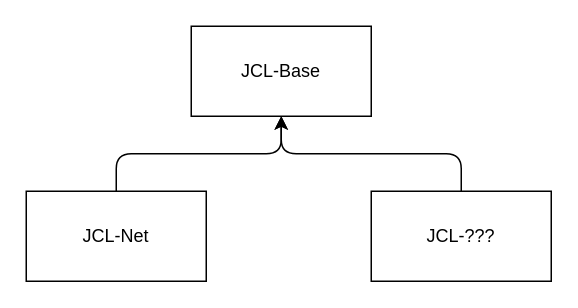
Above: doc/jcl-highLevel.drawio in bitcoin-sv/bsv-components-library (draw.io), before the change. Source tidied: cells renumbered, new cells numbered last; positions are measured from the earlier drawing's top-left corner, leaving out a move shared by most shapes. Both pictures are drawn from the tidied source at 150%, with x=0, y=0 at pixel (26, 26).
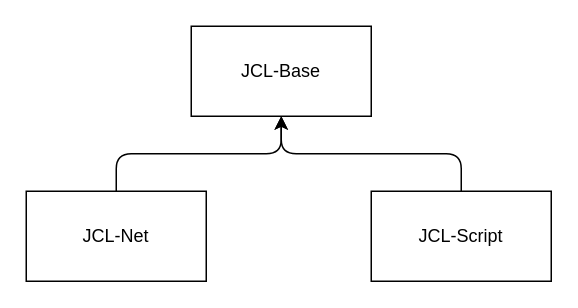
The same page after the edit.

Change to the diagram source:
```diff
@@
 <mxGraphModel>
   <root>
     <mxCell id="0" />
     <mxCell id="1" parent="0" />
     <mxCell id="2" value="JCL-Net" style="rounded=0;whiteSpace=wrap;html=1;" parent="1" vertex="1">
       <mxGeometry y="110" width="120" height="60" as="geometry" />
     </mxCell>
     <mxCell id="3" value="JCL-Base" style="rounded=0;whiteSpace=wrap;html=1;" parent="1" vertex="1">
       <mxGeometry x="110" width="120" height="60" as="geometry" />
     </mxCell>
     <mxCell id="4" style="edgeStyle=elbowEdgeStyle;elbow=vertical;endArrow=classic;html=1;entryX=0.5;entryY=1;entryDx=0;entryDy=0;exitX=0.5;exitY=0;exitDx=0;exitDy=0;" parent="1" edge="1" source="2" target="3">
       <mxGeometry relative="1" as="geometry" />
     </mxCell>
-    <mxCell id="5" value="JCL-???" style="rounded=0;whiteSpace=wrap;html=1;" parent="1" vertex="1">
+    <mxCell id="5" value="JCL-Script" style="rounded=0;whiteSpace=wrap;html=1;" parent="1" vertex="1">
       <mxGeometry x="230" y="110" width="120" height="60" as="geometry" />
     </mxCell>
     <mxCell id="6" style="edgeStyle=elbowEdgeStyle;elbow=vertical;endArrow=classic;html=1;entryX=0.5;entryY=1;entryDx=0;entryDy=0;exitX=0.5;exitY=0;exitDx=0;exitDy=0;" parent="1" edge="1" source="5" target="3">
       <mxGeometry relative="1" as="geometry" />
     </mxCell>
   </root>
 </mxGraphModel>
```
